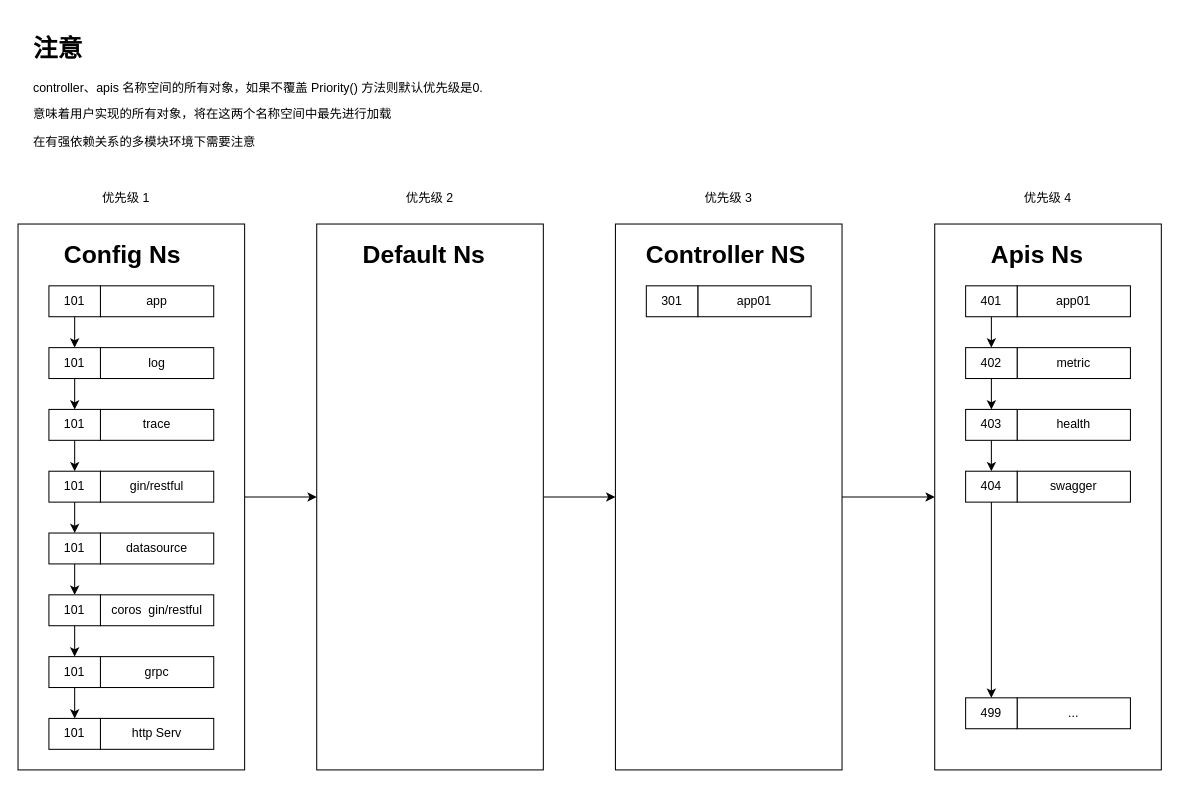
The draw.io diagram docs/priority.drawio in qiaogy91/ioc, before the edit. Source tidied: cells renumbered, new cells numbered last; positions are measured from the earlier drawing's top-left corner, leaving out a move shared by most shapes. Both pictures are drawn from the tidied source at 103%, with x=0, y=0 at pixel (18, 28).
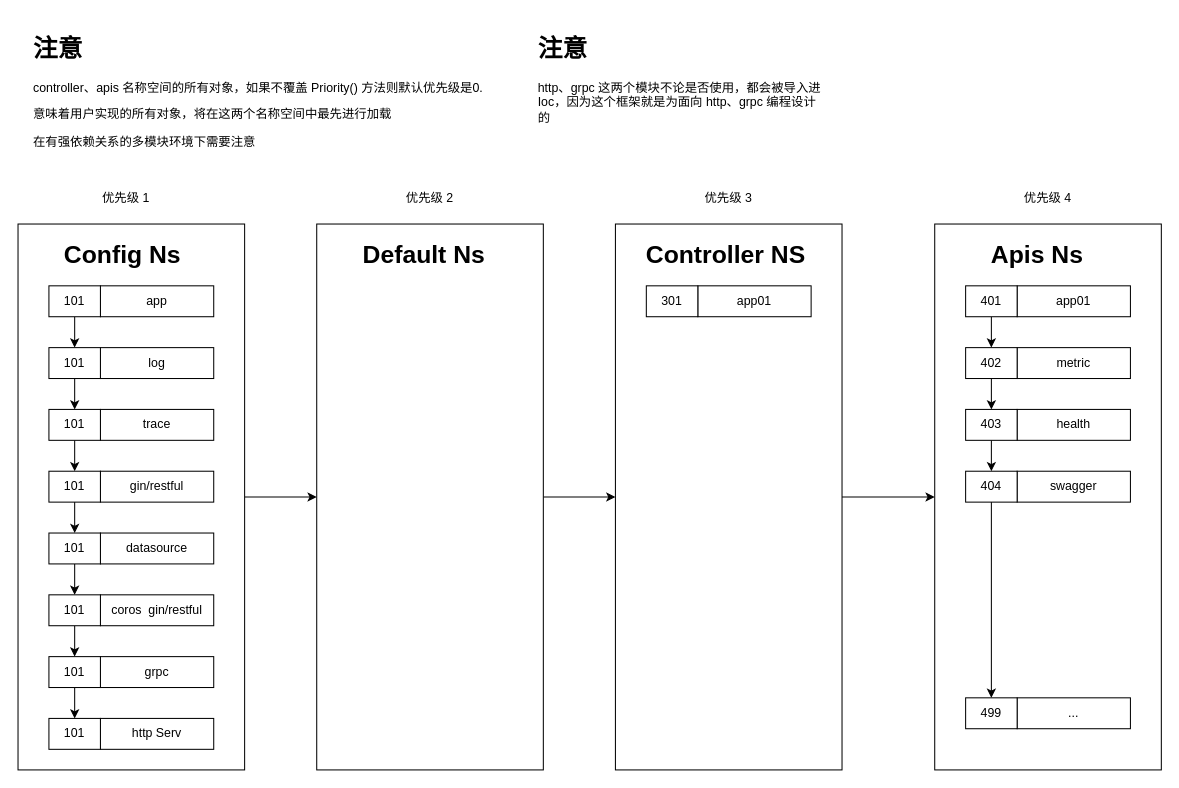
Above is the later version.

What changed in the source:
```diff
@@
+    <mxCell id="57" value="&lt;h1&gt;注意&lt;/h1&gt;&lt;p&gt;http、grpc 这两个模块不论是否使用，都会被导入进Ioc，因为这个框架就是为面向 http、grpc 编程设计的&lt;/p&gt;" style="text;html=1;strokeColor=none;fillColor=none;spacing=5;spacingTop=-20;whiteSpace=wrap;overflow=hidden;rounded=0;" parent="1" vertex="1">
+      <mxGeometry x="500" width="290" height="120" as="geometry" />
+    </mxCell>
```
